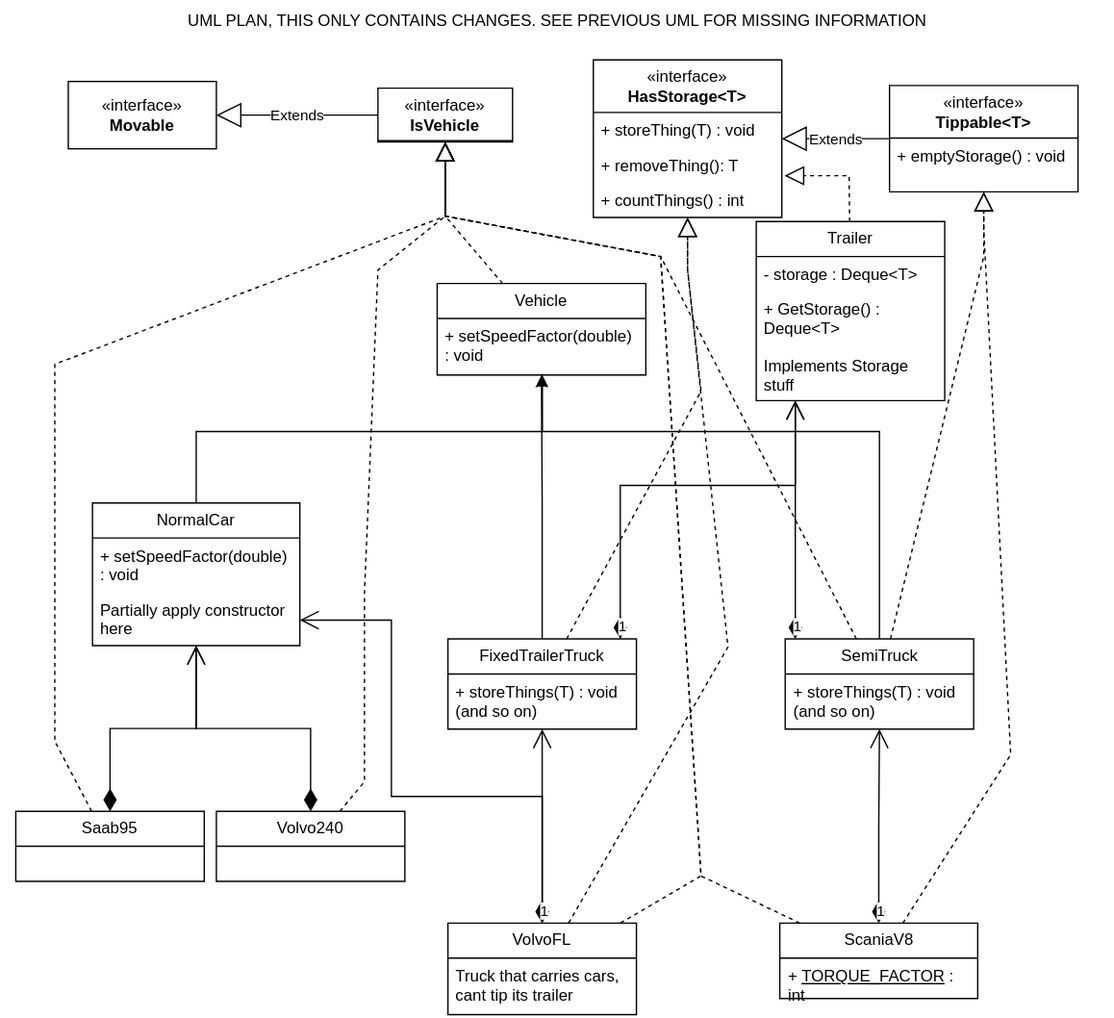
vicha00/DIT954-Labb-Grupp16 keeps this draw.io diagram as UML/UML-plan-2.svg. Above is the earlier version. Source tidied: cells renumbered, new cells last; positions are measured from the earlier drawing's top-left corner, leaving out a move shared by most shapes.
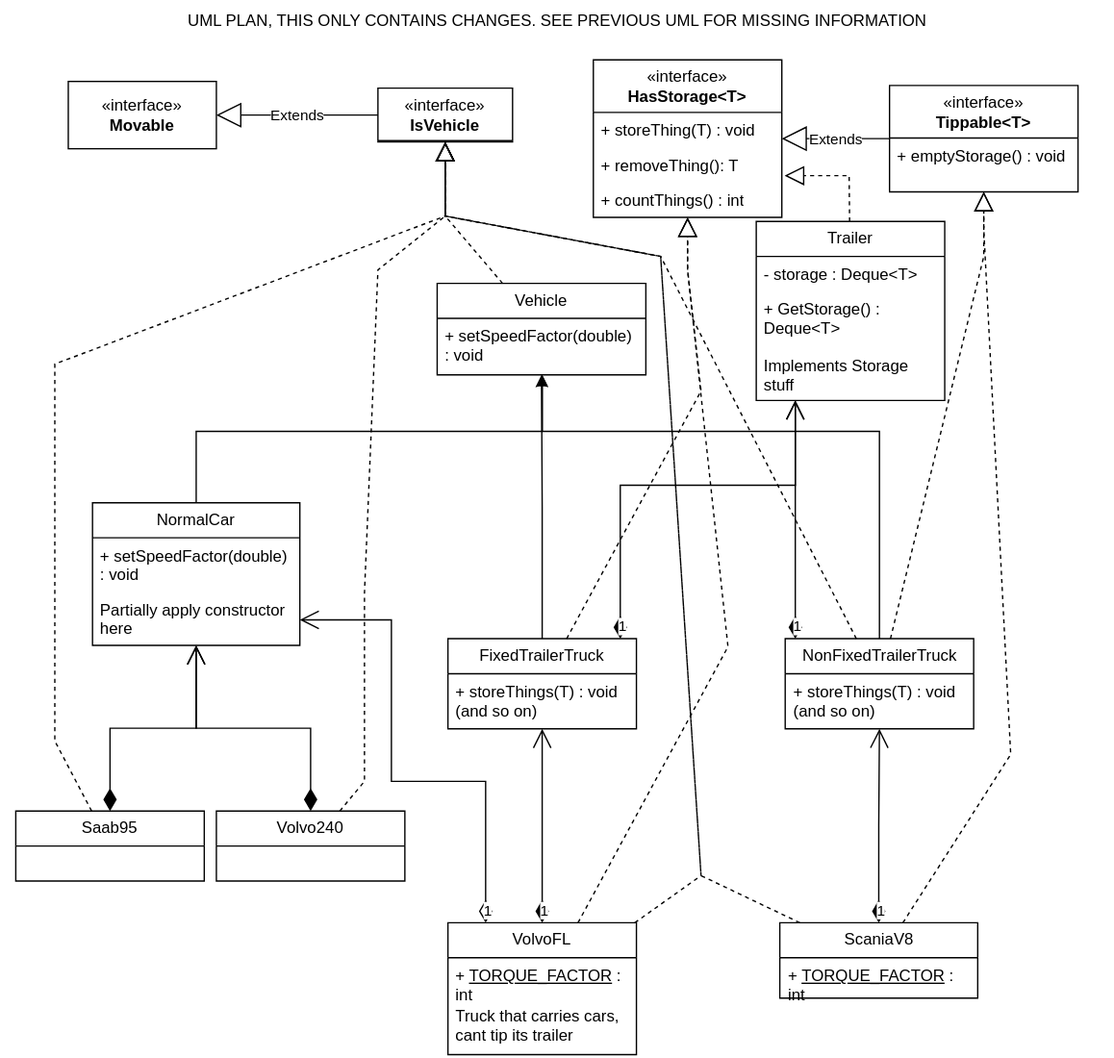
The same file after the commit.

Commit message:
updated UML and renamed SemiTruck to NonFixedTrailerTruck

Diff of the diagram source:
```diff
@@ -66,10 +66,13 @@
       <mxGeometry x="-1" y="3" relative="1" as="geometry" />
     </mxCell>
     <mxCell id="17" value="VolvoFL" style="swimlane;fontStyle=0;horizontal=1;startSize=26;fillColor=none;whiteSpace=wrap;html=1;" parent="1" vertex="1">
-      <mxGeometry x="332" y="685" width="140" height="68" as="geometry" />
+      <mxGeometry x="332" y="685" width="140" height="98" as="geometry" />
     </mxCell>
+    <mxCell id="53" value="+ &lt;u&gt;TORQUE_FACTOR&lt;/u&gt; : int" style="text;strokeColor=none;fillColor=none;align=left;verticalAlign=top;spacingLeft=4;spacingRight=4;overflow=hidden;whiteSpace=wrap;html=1;" parent="17" vertex="1">
+      <mxGeometry y="26" width="140" height="30" as="geometry" />
+    </mxCell>
     <mxCell id="18" value="Truck that carries cars, cant tip its trailer" style="text;strokeColor=none;fillColor=none;align=left;verticalAlign=top;spacingLeft=4;spacingRight=4;overflow=hidden;whiteSpace=wrap;html=1;" parent="17" vertex="1">
-      <mxGeometry y="26" width="140" height="42" as="geometry" />
+      <mxGeometry y="56" width="140" height="42" as="geometry" />
     </mxCell>
     <mxCell id="19" value="NormalCar" style="swimlane;fontStyle=0;horizontal=1;startSize=26;fillColor=none;whiteSpace=wrap;html=1;" parent="1" vertex="1">
       <mxGeometry x="68" y="373" width="154" height="106" as="geometry" />
@@ -109,7 +112,8 @@
     <mxCell id="29" value="1" style="endArrow=open;html=1;endSize=12;startArrow=diamondThin;startSize=14;startFill=0;edgeStyle=orthogonalEdgeStyle;align=left;verticalAlign=bottom;rounded=0;" parent="1" edge="1" source="17" target="19">
       <mxGeometry x="-1" y="3" relative="1" as="geometry">
         <Array as="points">
-          <mxPoint x="290" y="591" />
+          <mxPoint x="360" y="580" />
+          <mxPoint x="290" y="580" />
           <mxPoint x="290" y="460" />
         </Array>
       </mxGeometry>
@@ -123,7 +127,7 @@
     <mxCell id="32" value="&lt;div&gt;+ storeThings(T) : void (and so on)&lt;/div&gt;&lt;div&gt;&lt;br&gt;&lt;/div&gt;" style="text;strokeColor=none;fillColor=none;align=left;verticalAlign=top;spacingLeft=4;spacingRight=4;overflow=hidden;whiteSpace=wrap;html=1;" parent="31" vertex="1">
       <mxGeometry y="26" width="140" height="41" as="geometry" />
     </mxCell>
-    <mxCell id="33" value="SemiTruck" style="swimlane;fontStyle=0;horizontal=1;startSize=26;fillColor=none;whiteSpace=wrap;html=1;" parent="1" vertex="1">
+    <mxCell id="33" value="NonFixedTrailerTruck" style="swimlane;fontStyle=0;horizontal=1;startSize=26;fillColor=none;whiteSpace=wrap;html=1;" parent="1" vertex="1">
       <mxGeometry x="582.5" y="474" width="140" height="67" as="geometry" />
     </mxCell>
     <mxCell id="34" value="&lt;div&gt;+ storeThings(T) : void (and so on)&lt;/div&gt;&lt;div&gt;&lt;br&gt;&lt;/div&gt;" style="text;strokeColor=none;fillColor=none;align=left;verticalAlign=top;spacingLeft=4;spacingRight=4;overflow=hidden;whiteSpace=wrap;html=1;" parent="33" vertex="1">
```
